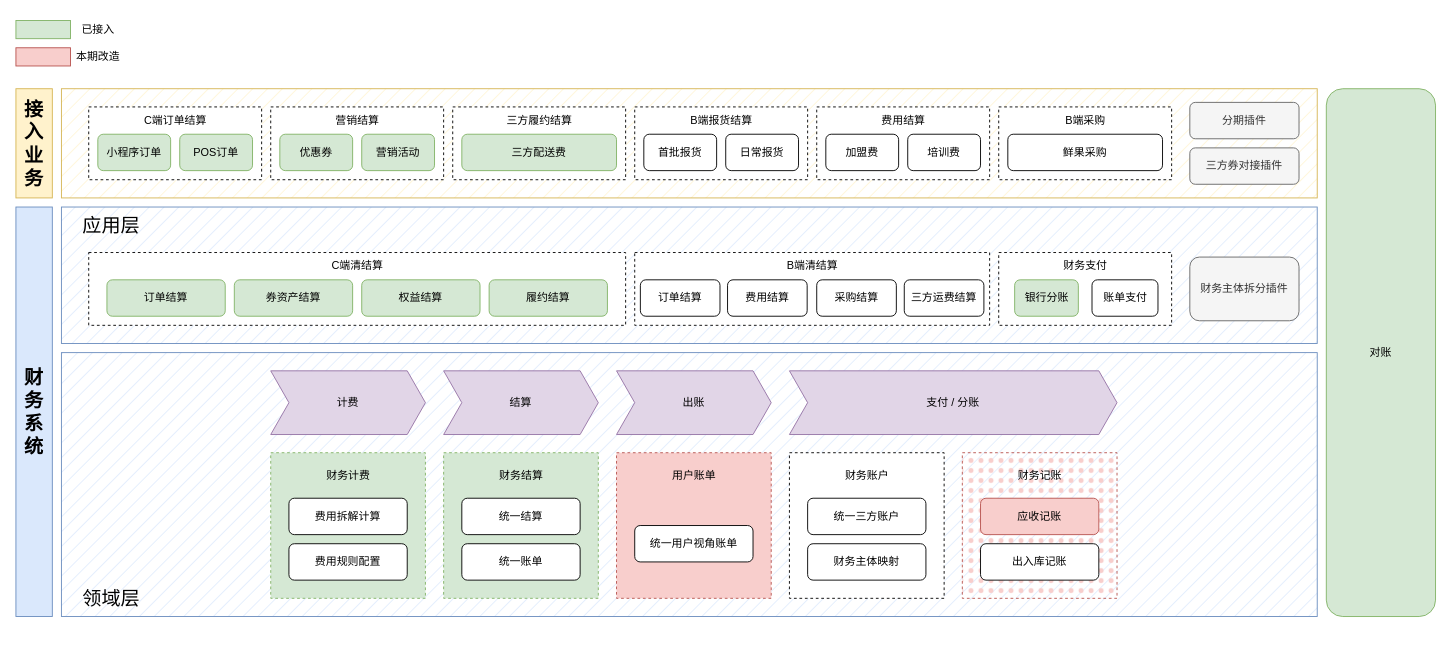
Earlier version of the draw.io diagram page "业务架构图" (1 of 5) of C端清洁算架构.drawio (JannLim/design). Source tidied: cells renumbered, new cells numbered last; positions are measured from the earlier drawing's top-left corner, leaving out a move shared by most shapes. Both pictures are drawn from the tidied source at 91%, with x=0, y=0 at pixel (15, 15).
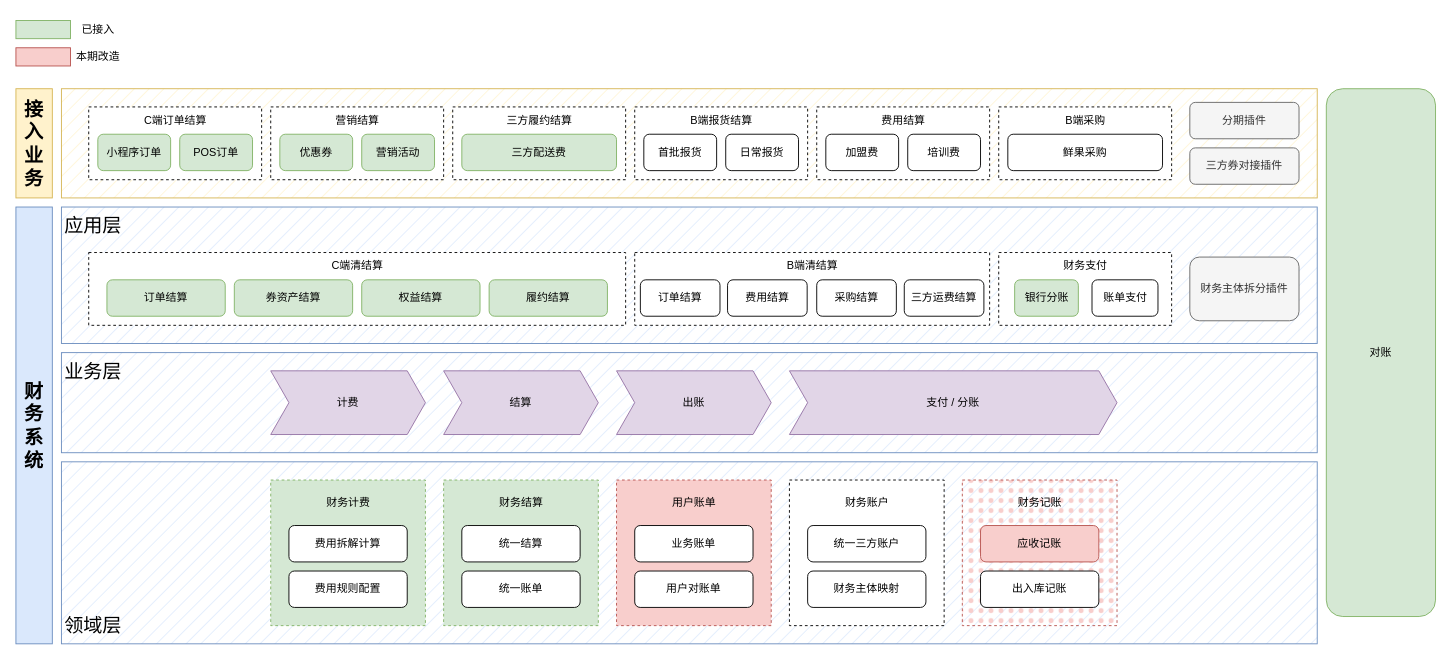
Above is the later version.

Change to the diagram source:
```diff
@@
+    <mxCell id="78" style="rounded=0;whiteSpace=wrap;html=1;fillColor=#dae8fc;strokeColor=#6c8ebf;fillStyle=hatch;" parent="1" vertex="1">
+      <mxGeometry x="50" y="490" width="1380" height="200" as="geometry" />
+    </mxCell>
@@
     <mxCell id="4" style="rounded=0;whiteSpace=wrap;html=1;fillColor=#dae8fc;strokeColor=#6c8ebf;fillStyle=hatch;" parent="1" vertex="1">
-      <mxGeometry x="50" y="370" width="1380" height="290" as="geometry" />
+      <mxGeometry x="50" y="370" width="1380" height="110" as="geometry" />
     </mxCell>
@@
     <mxCell id="6" style="rounded=0;whiteSpace=wrap;html=1;dashed=1;fontSize=18;fillColor=#d5e8d4;strokeColor=#82b366;" parent="1" vertex="1">
-      <mxGeometry x="280" y="480" width="170" height="160" as="geometry" />
+      <mxGeometry x="280" y="510" width="170" height="160" as="geometry" />
     </mxCell>
@@
     <mxCell id="42" value="费用拆解计算" style="rounded=1;whiteSpace=wrap;html=1;" parent="1" vertex="1">
-      <mxGeometry x="300" y="530" width="130" height="40" as="geometry" />
+      <mxGeometry x="300" y="560" width="130" height="40" as="geometry" />
     </mxCell>
     <mxCell id="43" value="费用规则配置" style="rounded=1;whiteSpace=wrap;html=1;" parent="1" vertex="1">
-      <mxGeometry x="300" y="580" width="130" height="40" as="geometry" />
+      <mxGeometry x="300" y="610" width="130" height="40" as="geometry" />
     </mxCell>
     <mxCell id="44" value="财务计费" style="text;html=1;strokeColor=none;fillColor=none;align=center;verticalAlign=middle;whiteSpace=wrap;rounded=0;dashed=1;" parent="1" vertex="1">
-      <mxGeometry x="322.5" y="490" width="85" height="30" as="geometry" />
+      <mxGeometry x="322.5" y="520" width="85" height="30" as="geometry" />
     </mxCell>
     <mxCell id="45" style="rounded=0;whiteSpace=wrap;html=1;dashed=1;fontSize=18;fillColor=#d5e8d4;strokeColor=#82b366;" parent="1" vertex="1">
-      <mxGeometry x="470" y="480" width="170" height="160" as="geometry" />
+      <mxGeometry x="470" y="510" width="170" height="160" as="geometry" />
     </mxCell>
     <mxCell id="46" value="统一结算" style="rounded=1;whiteSpace=wrap;html=1;" parent="1" vertex="1">
-      <mxGeometry x="490" y="530" width="130" height="40" as="geometry" />
+      <mxGeometry x="490" y="560" width="130" height="40" as="geometry" />
     </mxCell>
     <mxCell id="47" value="统一账单" style="rounded=1;whiteSpace=wrap;html=1;" parent="1" vertex="1">
-      <mxGeometry x="490" y="580" width="130" height="40" as="geometry" />
+      <mxGeometry x="490" y="610" width="130" height="40" as="geometry" />
     </mxCell>
     <mxCell id="48" value="财务结算" style="text;html=1;strokeColor=none;fillColor=none;align=center;verticalAlign=middle;whiteSpace=wrap;rounded=0;dashed=1;" parent="1" vertex="1">
-      <mxGeometry x="512.5" y="490" width="85" height="30" as="geometry" />
+      <mxGeometry x="512.5" y="520" width="85" height="30" as="geometry" />
     </mxCell>
     <mxCell id="49" style="rounded=0;whiteSpace=wrap;html=1;dashed=1;fontSize=18;fillColor=#f8cecc;strokeColor=#b85450;" parent="1" vertex="1">
-      <mxGeometry x="660" y="480" width="170" height="160" as="geometry" />
+      <mxGeometry x="660" y="510" width="170" height="160" as="geometry" />
     </mxCell>
-    <mxCell id="50" value="统一用户视角账单" style="rounded=1;whiteSpace=wrap;html=1;" parent="1" vertex="1">
+    <mxCell id="50" value="业务账单" style="rounded=1;whiteSpace=wrap;html=1;" parent="1" vertex="1">
       <mxGeometry x="680" y="560" width="130" height="40" as="geometry" />
     </mxCell>
     <mxCell id="51" value="用户账单" style="text;html=1;strokeColor=none;fillColor=none;align=center;verticalAlign=middle;whiteSpace=wrap;rounded=0;dashed=1;" parent="1" vertex="1">
-      <mxGeometry x="702.5" y="490" width="85" height="30" as="geometry" />
+      <mxGeometry x="702.5" y="520" width="85" height="30" as="geometry" />
     </mxCell>
     <mxCell id="52" style="rounded=0;whiteSpace=wrap;html=1;dashed=1;fontSize=18;" parent="1" vertex="1">
-      <mxGeometry x="850" y="480" width="170" height="160" as="geometry" />
+      <mxGeometry x="850" y="510" width="170" height="160" as="geometry" />
     </mxCell>
     <mxCell id="53" value="统一三方账户" style="rounded=1;whiteSpace=wrap;html=1;" parent="1" vertex="1">
-      <mxGeometry x="870" y="530" width="130" height="40" as="geometry" />
+      <mxGeometry x="870" y="560" width="130" height="40" as="geometry" />
     </mxCell>
     <mxCell id="54" value="财务账户" style="text;html=1;strokeColor=none;fillColor=none;align=center;verticalAlign=middle;whiteSpace=wrap;rounded=0;dashed=1;" parent="1" vertex="1">
-      <mxGeometry x="892.5" y="490" width="85" height="30" as="geometry" />
+      <mxGeometry x="892.5" y="520" width="85" height="30" as="geometry" />
     </mxCell>
     <mxCell id="55" value="财务主体映射" style="rounded=1;whiteSpace=wrap;html=1;" parent="1" vertex="1">
-      <mxGeometry x="870" y="580" width="130" height="40" as="geometry" />
+      <mxGeometry x="870" y="610" width="130" height="40" as="geometry" />
     </mxCell>
     <mxCell id="56" style="rounded=0;whiteSpace=wrap;html=1;dashed=1;fontSize=18;fillColor=#f8cecc;strokeColor=#b85450;fillStyle=dots;" parent="1" vertex="1">
-      <mxGeometry x="1040" y="480" width="170" height="160" as="geometry" />
+      <mxGeometry x="1040" y="510" width="170" height="160" as="geometry" />
     </mxCell>
     <mxCell id="57" value="应收记账" style="rounded=1;whiteSpace=wrap;html=1;fillColor=#f8cecc;strokeColor=#b85450;" parent="1" vertex="1">
-      <mxGeometry x="1060" y="530" width="130" height="40" as="geometry" />
+      <mxGeometry x="1060" y="560" width="130" height="40" as="geometry" />
     </mxCell>
     <mxCell id="58" value="财务记账" style="text;html=1;strokeColor=none;fillColor=none;align=center;verticalAlign=middle;whiteSpace=wrap;rounded=0;dashed=1;" parent="1" vertex="1">
-      <mxGeometry x="1082.5" y="490" width="85" height="30" as="geometry" />
+      <mxGeometry x="1082.5" y="520" width="85" height="30" as="geometry" />
     </mxCell>
     <mxCell id="59" value="出入库记账" style="rounded=1;whiteSpace=wrap;html=1;" parent="1" vertex="1">
-      <mxGeometry x="1060" y="580" width="130" height="40" as="geometry" />
+      <mxGeometry x="1060" y="610" width="130" height="40" as="geometry" />
     </mxCell>
@@
     <mxCell id="70" value="&lt;b&gt;&lt;font style=&quot;font-size: 21px;&quot;&gt;财务系统&lt;/font&gt;&lt;/b&gt;" style="rounded=0;whiteSpace=wrap;html=1;fillColor=#dae8fc;strokeColor=#6c8ebf;fillStyle=solid;" parent="1" vertex="1">
-      <mxGeometry y="210" width="40" height="450" as="geometry" />
+      <mxGeometry y="210" width="40" height="480" as="geometry" />
     </mxCell>
-    <mxCell id="71" value="领域层" style="text;html=1;strokeColor=none;fillColor=none;align=center;verticalAlign=middle;whiteSpace=wrap;rounded=0;fontSize=21;" parent="1" vertex="1">
-      <mxGeometry x="50" y="620" width="110" height="40" as="geometry" />
+    <mxCell id="71" value="业务层" style="text;html=1;strokeColor=none;fillColor=none;align=center;verticalAlign=middle;whiteSpace=wrap;rounded=0;fontSize=21;" parent="1" vertex="1">
+      <mxGeometry x="50" y="370" width="70" height="40" as="geometry" />
     </mxCell>
     <mxCell id="72" value="应用层" style="text;html=1;strokeColor=none;fillColor=none;align=center;verticalAlign=middle;whiteSpace=wrap;rounded=0;fontSize=21;" parent="1" vertex="1">
-      <mxGeometry x="50" y="210" width="110" height="40" as="geometry" />
+      <mxGeometry x="50" y="210" width="70" height="40" as="geometry" />
     </mxCell>
@@
+    <mxCell id="79" value="领域层" style="text;html=1;strokeColor=none;fillColor=none;align=center;verticalAlign=middle;whiteSpace=wrap;rounded=0;fontSize=21;" parent="1" vertex="1">
+      <mxGeometry x="50" y="650" width="70" height="40" as="geometry" />
+    </mxCell>
+    <mxCell id="80" value="用户对账单" style="rounded=1;whiteSpace=wrap;html=1;" parent="1" vertex="1">
+      <mxGeometry x="680" y="610" width="130" height="40" as="geometry" />
+    </mxCell>
```
